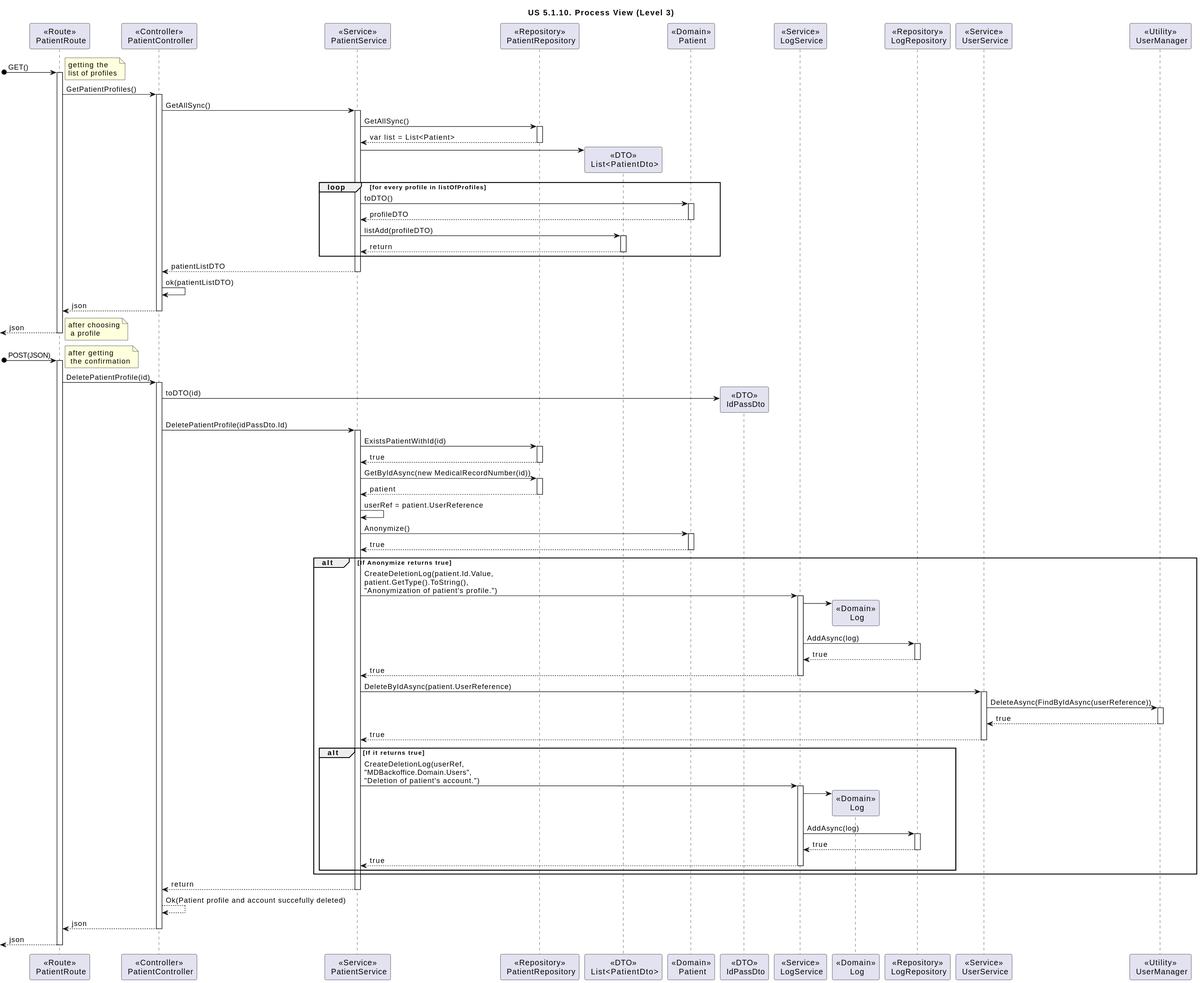
The PlantUML diagram docs/sprint-2/1220738/us-6.2.8/Diagrams/Views/process-view-level-3.svg in rita-barbosa/LAPR5-2425, before a commit. The source it was exported from:
```plantuml
@startuml
title "US 5.1.10. Process View (Level 3)"

participant "<<Route>>\n PatientRoute" as ROUTE
participant "<<Controller>>\n PatientController" as CONTROL
participant "<<Service>>\n PatientService" as AUTHServ
participant "<<Repository>>\n PatientRepository" as PATIENTRepo
participant "<<DTO>>\n List<PatientDto>" as PatientListDTO
participant "<<Domain>>\n Patient" as PATIENT
participant "<<DTO>>\n IdPassDto" as PatientDTO
participant "<<Service>>\n LogService" as LOGServ
participant "<<Domain>>\n Log" as LOG
participant "<<Repository>>\n LogRepository" as LOGRepo
participant "<<Service>>\n UserService" as USERServ
participant "<<Utility>>\n UserManager" as USERMan

[o-> ROUTE : GET()
note right : getting the \nlist of profiles

Activate ROUTE

ROUTE -> CONTROL : GetPatientProfiles()

Activate CONTROL

CONTROL -> AUTHServ : GetAllSync()
Activate AUTHServ

AUTHServ -> PATIENTRepo : GetAllSync()
Activate PATIENTRepo

PATIENTRepo --> AUTHServ : var list = List<Patient>
Deactivate PATIENTRepo

AUTHServ -> PatientListDTO**

loop for every profile in listOfProfiles
AUTHServ -> PATIENT : toDTO()
activate PATIENT
PATIENT --> AUTHServ : profileDTO
deactivate PATIENT
AUTHServ -> PatientListDTO : listAdd(profileDTO)
activate PatientListDTO
PatientListDTO --> AUTHServ : return
deactivate PatientListDTO
end

AUTHServ --> CONTROL : patientListDTO
Deactivate AUTHServ

CONTROL -> CONTROL : ok(patientListDTO)

CONTROL --> ROUTE : json
Deactivate CONTROL
<-- ROUTE : json

Deactivate ROUTE

note right : after choosing\n a profile

[o-> ROUTE : POST(JSON)
note right : after getting\n the confirmation

Activate ROUTE

ROUTE -> CONTROL : DeletePatientProfile(id)

Activate CONTROL

CONTROL -> PatientDTO** : toDTO(id)

CONTROL -> AUTHServ : DeletePatientProfile(idPassDto.Id)
Activate AUTHServ

AUTHServ -> PATIENTRepo : ExistsPatientWithId(id)
activate PATIENTRepo
PATIENTRepo --> AUTHServ : true
deactivate PATIENTRepo

AUTHServ -> PATIENTRepo : GetByIdAsync(new MedicalRecordNumber(id))
activate PATIENTRepo
PATIENTRepo --> AUTHServ : patient
deactivate PATIENTRepo

AUTHServ -> AUTHServ : userRef = patient.UserReference

AUTHServ -> PATIENT : Anonymize()
activate PATIENT
PATIENT --> AUTHServ : true
deactivate PATIENT

alt If Anonymize returns true

AUTHServ -> LOGServ : CreateDeletionLog(patient.Id.Value,\npatient.GetType().ToString(),\n"Anonymization of patient's profile.")
activate LOGServ
LOGServ -> LOG**
LOGServ -> LOGRepo : AddAsync(log)
activate LOGRepo
LOGRepo --> LOGServ : true
deactivate LOGRepo
LOGServ --> AUTHServ : true
deactivate LOGServ

AUTHServ -> USERServ : DeleteByIdAsync(patient.UserReference)
activate USERServ
USERServ -> USERMan : DeleteAsync(FindByIdAsync(userReference))
activate USERMan
USERMan --> USERServ : true
deactivate USERMan
USERServ --> AUTHServ : true
deactivate USERServ

alt If it returns true

AUTHServ -> LOGServ : CreateDeletionLog(userRef,\n"DDDNetCore.Domain.Users",\n"Deletion of patient's account.")
activate LOGServ
LOGServ -> LOG**
LOGServ -> LOGRepo : AddAsync(log)
activate LOGRepo
LOGRepo --> LOGServ : true
deactivate LOGRepo
LOGServ --> AUTHServ : true
deactivate LOGServ

end
end

AUTHServ --> CONTROL : return
deactivate AUTHServ

CONTROL --> CONTROL : Ok(Patient profile and account succefully deleted)
CONTROL --> ROUTE : json
deactivate CONTROL

<-- ROUTE : json
deactivate ROUTE
@enduml
```
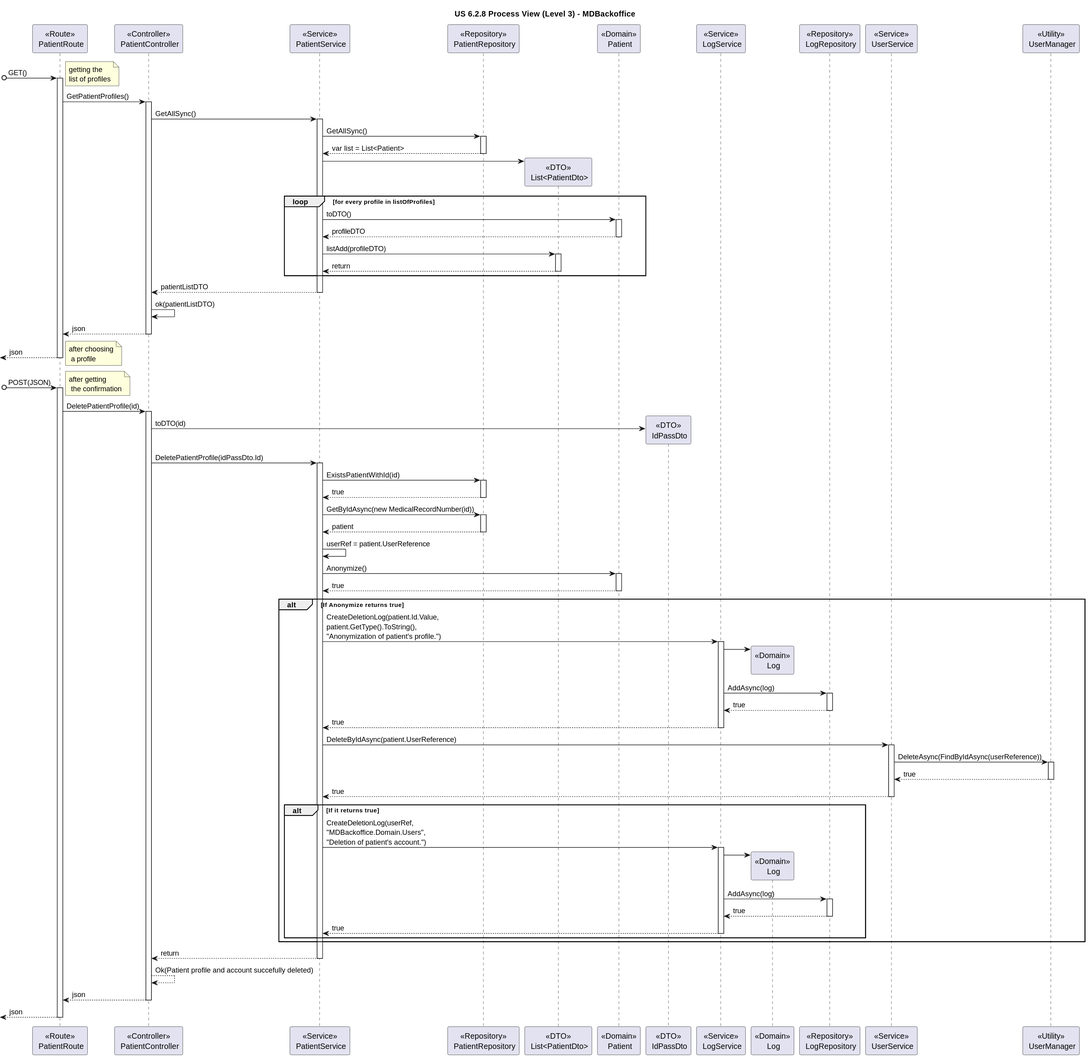
Above is the later version.

Change to the diagram source:
```diff
@@ -1,5 +1,5 @@
 @startuml
-title "US 5.1.10. Process View (Level 3)"
+title "US 6.2.8 Process View (Level 3) - MDBackoffice"
 
 participant "<<Route>>\n PatientRoute" as ROUTE
 participant "<<Controller>>\n PatientController" as CONTROL
@@ -112,7 +112,7 @@
 
 alt If it returns true
 
-AUTHServ -> LOGServ : CreateDeletionLog(userRef,\n"DDDNetCore.Domain.Users",\n"Deletion of patient's account.")
+AUTHServ -> LOGServ : CreateDeletionLog(userRef,\n"MDBackoffice.Domain.Users",\n"Deletion of patient's account.")
 activate LOGServ
 LOGServ -> LOG**
 LOGServ -> LOGRepo : AddAsync(log)
```
